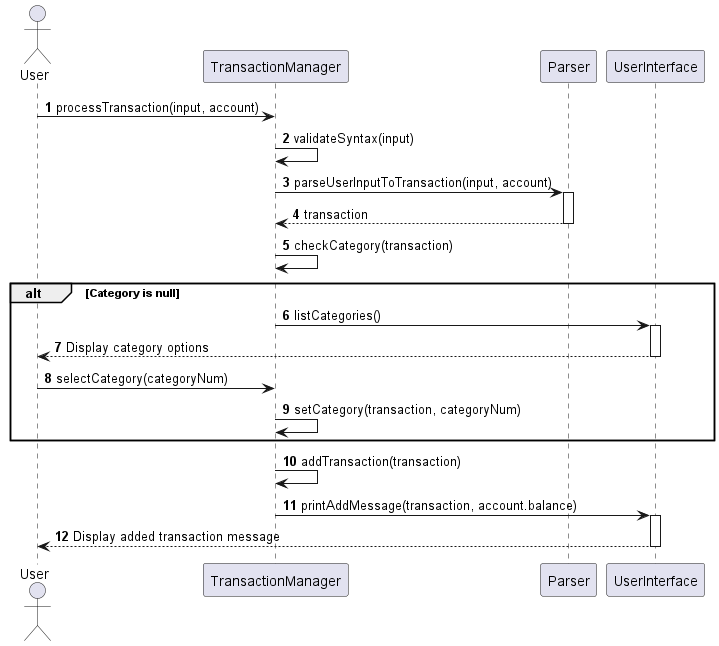
Earlier version of the PlantUML export docs/uml/uml-images/addTransactionDiagram.png (Vavinan/tp).
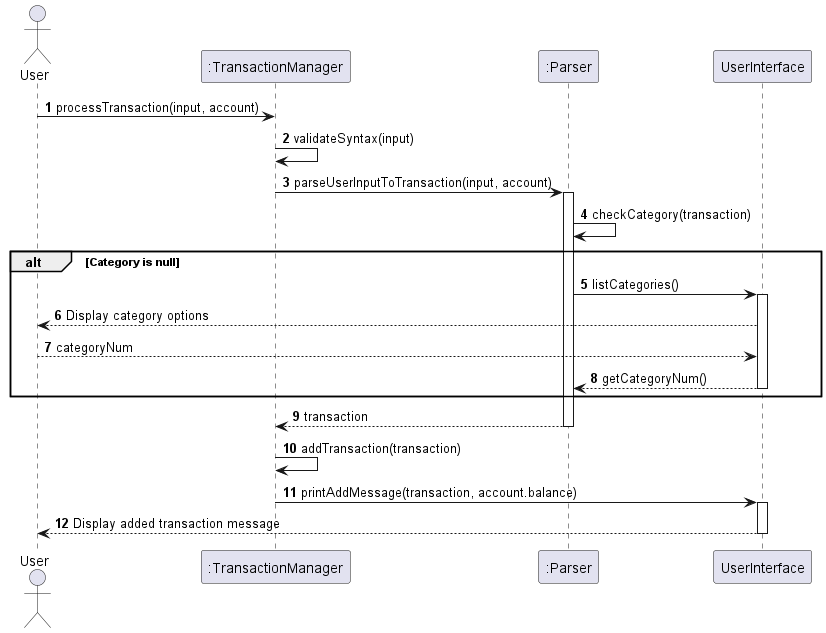
Later version of the same file.

Commit message:
Save addTransaction sequence diagram

What changed in the source:
```diff
@@ -3,25 +3,29 @@
 autonumber
 
 actor User
-participant "TransactionManager" as TM
-participant "Parser" as P
+participant ":TransactionManager" as TM
+participant ":Parser" as P
 participant "UserInterface" as UI
 
 User -> TM: processTransaction(input, account)
 TM -> TM: validateSyntax(input)
 TM -> P: parseUserInputToTransaction(input, account)
 activate P
+P -> P: checkCategory(transaction)
+
+alt Category is null
+    P -> UI: listCategories()
+    activate UI
+    UI --> User: Display category options
+    User --> UI: categoryNum
+    UI --> P: getCategoryNum()
+    deactivate UI
+end
+
 P --> TM: transaction
 deactivate P
-TM -> TM: checkCategory(transaction)
-alt Category is null
-    TM -> UI: listCategories()
-    activate UI
-    UI --> User: Display category options
-    deactivate UI
-    User -> TM: selectCategory(categoryNum)
-    TM -> TM: setCategory(transaction, categoryNum)
-end
+
+
 TM -> TM: addTransaction(transaction)
 TM -> UI: printAddMessage(transaction, account.balance)
 activate UI
```
